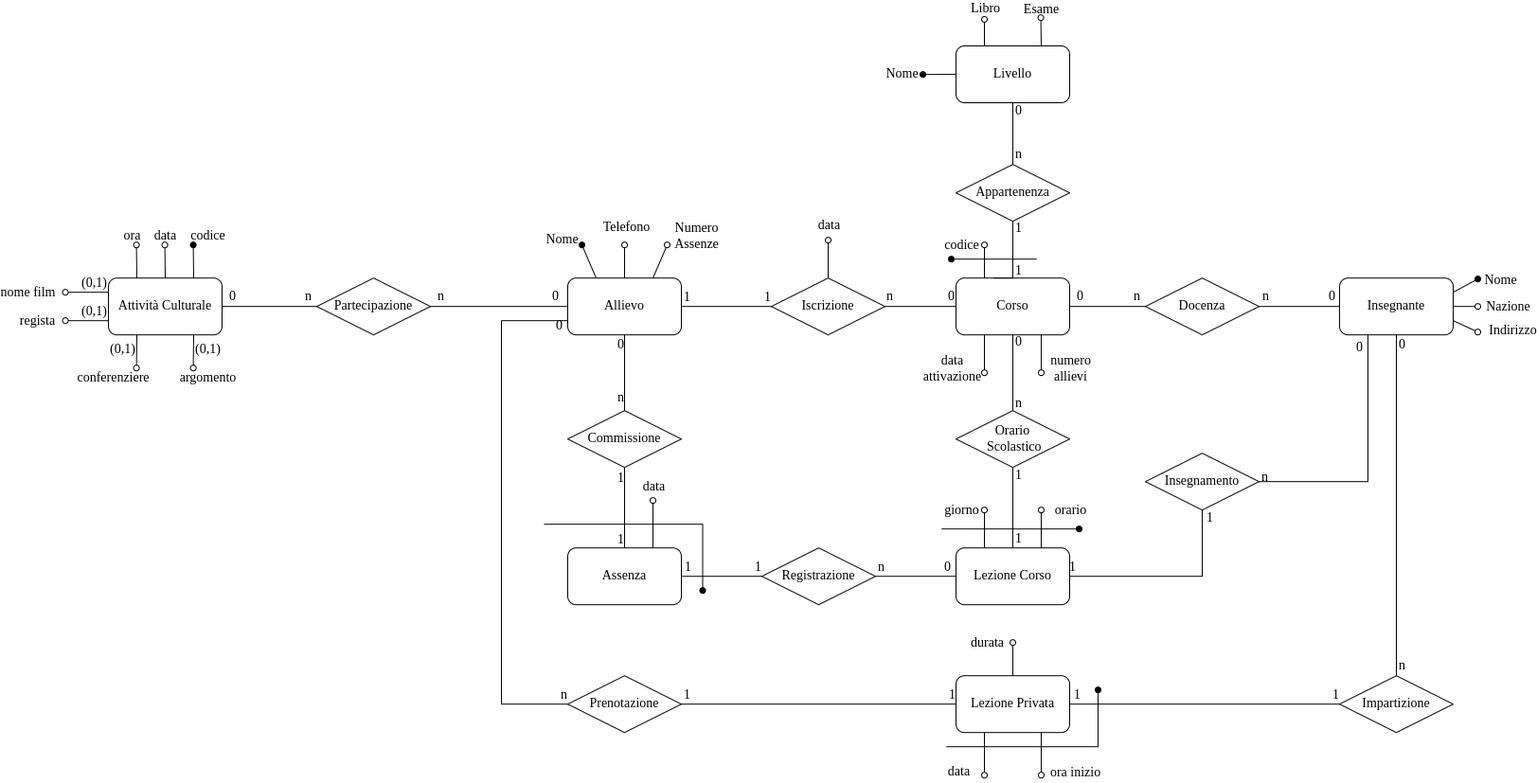
SimoneNicosanti/DataBase_Project keeps this draw.io diagram as doc/Foto_Documentazione/Diagramma_ER_Ristrutturato.png. Above is the earlier version. Source tidied: cells renumbered, new cells last; positions are measured from the earlier drawing's top-left corner, leaving out a move shared by most shapes.
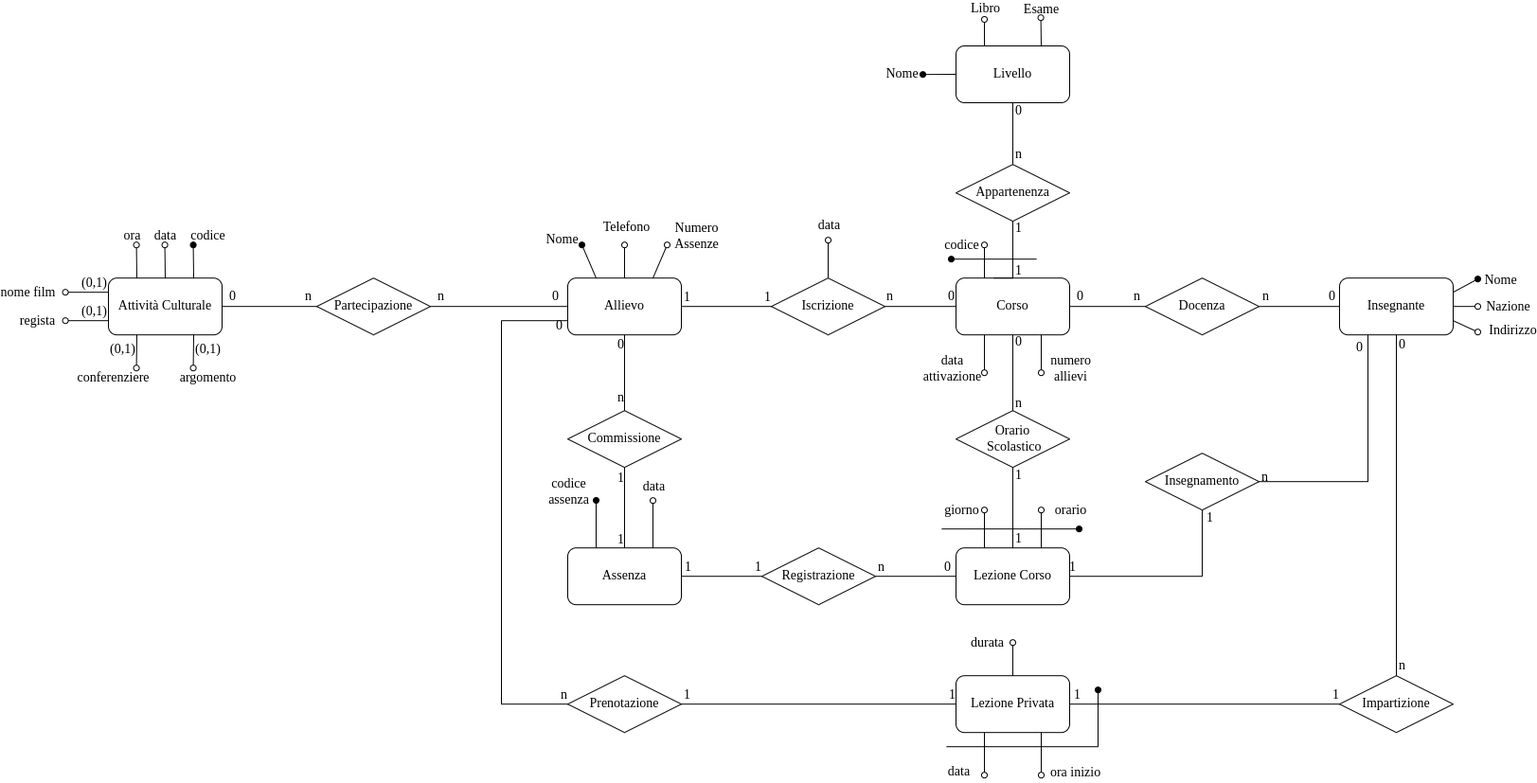
Later version of the same file.

The edit, as a diff of the source:
```diff
@@ -375,16 +375,6 @@
         <mxPoint y="-24" as="offset" />
       </mxGeometry>
     </mxCell>
-    <mxCell id="86" style="endArrow=oval;html=1;rounded=0;fontFamily=Times New Roman;fontSize=14;fillColor=#000000;edgeStyle=orthogonalEdgeStyle;startArrow=none;startFill=0;endFill=1;" parent="1" edge="1">
-      <mxGeometry relative="1" as="geometry">
-        <mxPoint x="505" y="535.2" as="sourcePoint" />
-        <mxPoint x="672.5" y="605.2" as="targetPoint" />
-        <Array as="points">
-          <mxPoint x="508" y="535.2" />
-          <mxPoint x="672" y="535.2" />
-        </Array>
-      </mxGeometry>
-    </mxCell>
     <mxCell id="87" style="endArrow=none;html=1;fontFamily=Times New Roman;fontSize=14;strokeColor=default;fillColor=#000000;entryX=0.25;entryY=0;entryDx=0;entryDy=0;startArrow=oval;startFill=1;" parent="1" edge="1" target="9">
       <mxGeometry relative="1" as="geometry">
         <mxPoint x="545" y="240.2" as="sourcePoint" />
@@ -649,5 +639,15 @@
         <mxPoint y="-14" as="offset" />
       </mxGeometry>
     </mxCell>
+    <mxCell id="143" style="endArrow=oval;html=1;rounded=0;endFill=1;exitX=0.25;exitY=0;exitDx=0;exitDy=0;" parent="1" edge="1" source="67">
+      <mxGeometry relative="1" as="geometry">
+        <mxPoint x="560" y="510" as="targetPoint" />
+      </mxGeometry>
+    </mxCell>
+    <mxCell id="144" value="codice&lt;br style=&quot;font-size: 14px;&quot;&gt;assenza" style="edgeLabel;html=1;align=center;verticalAlign=middle;labelBackgroundColor=none;fontFamily=Times New Roman;fontSize=14;" parent="143" vertex="1">
+      <mxGeometry x="0.75" relative="1" as="geometry">
+        <mxPoint x="-30" y="-16" as="offset" />
+      </mxGeometry>
+    </mxCell>
   </root>
 </mxGraphModel>
```
